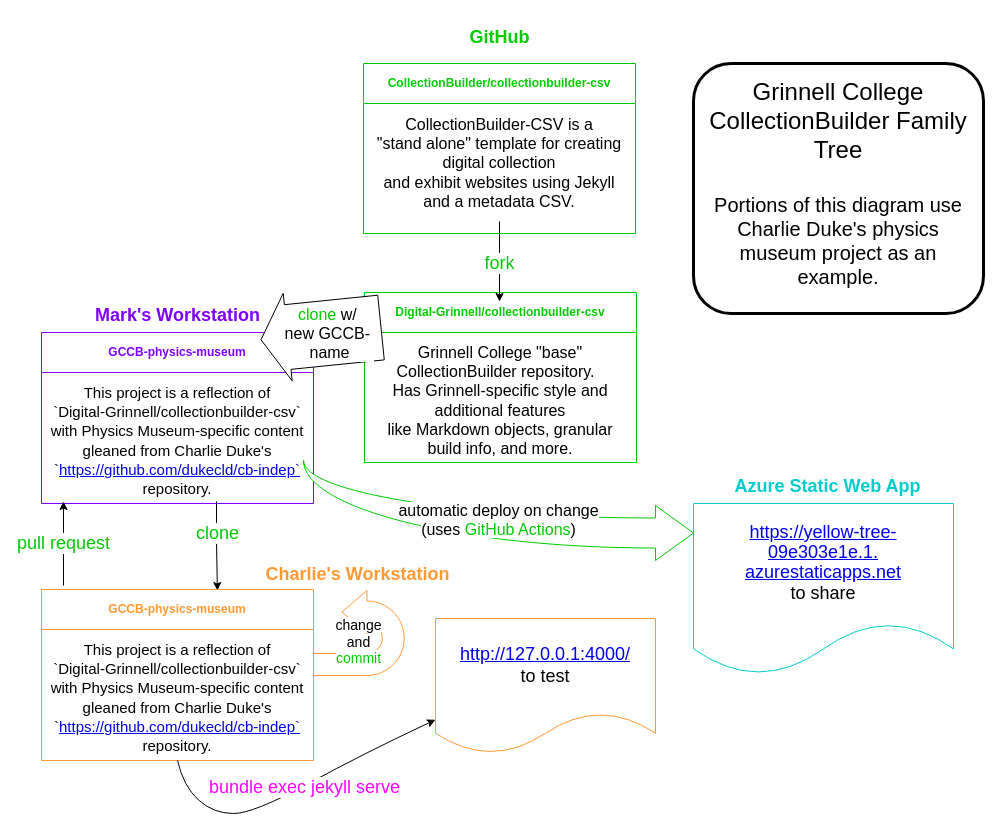
This is Grinnell-College-CollectionBuilder-Family-Tree.drawio from Digital-Grinnell/GCCB-project-template, a draw.io file, before an edit. Source tidied: cells renumbered, new cells numbered last; positions are measured from the earlier drawing's top-left corner, leaving out a move shared by most shapes. Both pictures are drawn from the tidied source at 100%, with x=0, y=0 at pixel (41, 17).
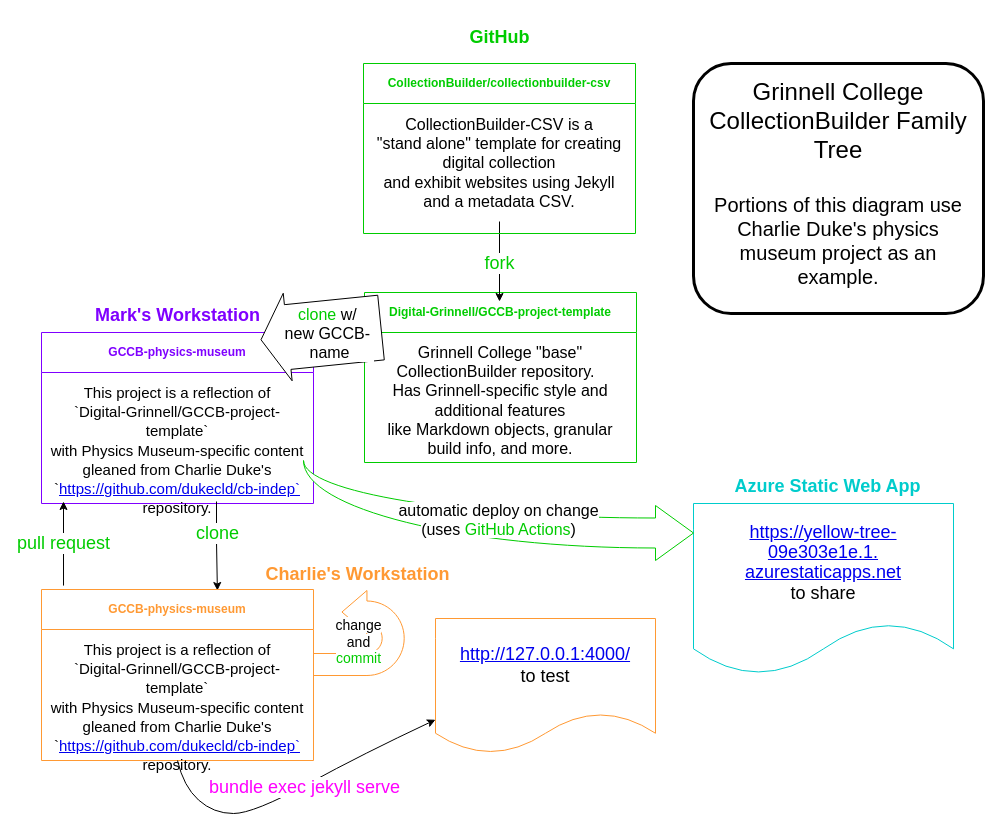
The same diagram, later.

The change refers to these unchanged cells:
```xml
<mxCell id="6" value="&lt;span style=&quot;color: rgb(127, 0, 255);&quot;&gt;GCCB-physics-museum&lt;/span&gt;" style="swimlane;whiteSpace=wrap;html=1;startSize=40;strokeColor=#7F00FF;" parent="1" vertex="1">
  <mxGeometry y="315" width="272" height="171" as="geometry" />
</mxCell>
<mxCell id="21" value="&lt;span style=&quot;color: rgb(255, 153, 51);&quot;&gt;GCCB-physics-museum&lt;/span&gt;" style="swimlane;whiteSpace=wrap;html=1;startSize=40;fillColor=default;strokeColor=#FF9933;" parent="1" vertex="1">
  <mxGeometry y="572" width="272" height="171" as="geometry" />
</mxCell>
```

What changed in the source:
```diff
@@
-    <mxCell id="3" value="&lt;span style=&quot;color: rgb(0, 204, 0);&quot;&gt;Digital-Grinnell/collectionbuilder-csv&lt;/span&gt;" style="swimlane;whiteSpace=wrap;html=1;startSize=40;strokeColor=#00CC00;" parent="1" vertex="1">
+    <mxCell id="3" value="&lt;span style=&quot;color: rgb(0, 204, 0);&quot;&gt;Digital-Grinnell/GCCB-project-template&lt;/span&gt;" style="swimlane;whiteSpace=wrap;html=1;startSize=40;strokeColor=#00CC00;" parent="1" vertex="1">
       <mxGeometry x="323" y="275" width="272" height="170" as="geometry" />
     </mxCell>
@@
-    <mxCell id="7" value="&lt;font style=&quot;font-size: 15px;&quot;&gt;This project is a reflection of&lt;br&gt;`Digital-Grinnell/collectionbuilder-csv`&lt;br&gt; with Physics Museum-specific content gleaned from Charlie Duke's&lt;br&gt;`&lt;a class=&quot;Link--inTextBlock&quot; href=&quot;https://github.com/dukecld/cb-indep`&quot;&gt;https://github.com/dukecld/cb-indep`&lt;/a&gt; repository. &lt;br&gt;&lt;/font&gt;      " style="text;whiteSpace=wrap;html=1;align=center;fontSize=16;" parent="6" vertex="1">
+    <mxCell id="7" value="&lt;font style=&quot;font-size: 15px;&quot;&gt;This project is a reflection of&lt;br&gt;`Digital-Grinnell/GCCB-project-template`&lt;br&gt; with Physics Museum-specific content gleaned from Charlie Duke's&lt;br&gt;`&lt;a class=&quot;Link--inTextBlock&quot; href=&quot;https://github.com/dukecld/cb-indep`&quot;&gt;https://github.com/dukecld/cb-indep`&lt;/a&gt; repository. &lt;br&gt;&lt;/font&gt;      " style="text;whiteSpace=wrap;html=1;align=center;fontSize=16;" parent="6" vertex="1">
       <mxGeometry x="6" y="44" width="260" height="105" as="geometry" />
     </mxCell>
@@
-    <mxCell id="22" value="&lt;font style=&quot;font-size: 15px;&quot;&gt;This project is a reflection of&lt;br&gt;`Digital-Grinnell/collectionbuilder-csv`&lt;br&gt; with Physics Museum-specific content gleaned from Charlie Duke's&lt;br&gt;`&lt;a class=&quot;Link--inTextBlock&quot; href=&quot;https://github.com/dukecld/cb-indep`&quot;&gt;https://github.com/dukecld/cb-indep`&lt;/a&gt; repository. &lt;br&gt;&lt;/font&gt;      " style="text;whiteSpace=wrap;html=1;align=center;fontSize=16;" parent="21" vertex="1">
+    <mxCell id="22" value="&lt;font style=&quot;font-size: 15px;&quot;&gt;This project is a reflection of&lt;br&gt;`Digital-Grinnell/GCCB-project-template`&lt;br&gt; with Physics Museum-specific content gleaned from Charlie Duke's&lt;br&gt;`&lt;a class=&quot;Link--inTextBlock&quot; href=&quot;https://github.com/dukecld/cb-indep`&quot;&gt;https://github.com/dukecld/cb-indep`&lt;/a&gt; repository. &lt;br&gt;&lt;/font&gt;      " style="text;whiteSpace=wrap;html=1;align=center;fontSize=16;" parent="21" vertex="1">
       <mxGeometry x="6" y="44" width="260" height="105" as="geometry" />
     </mxCell>
```
